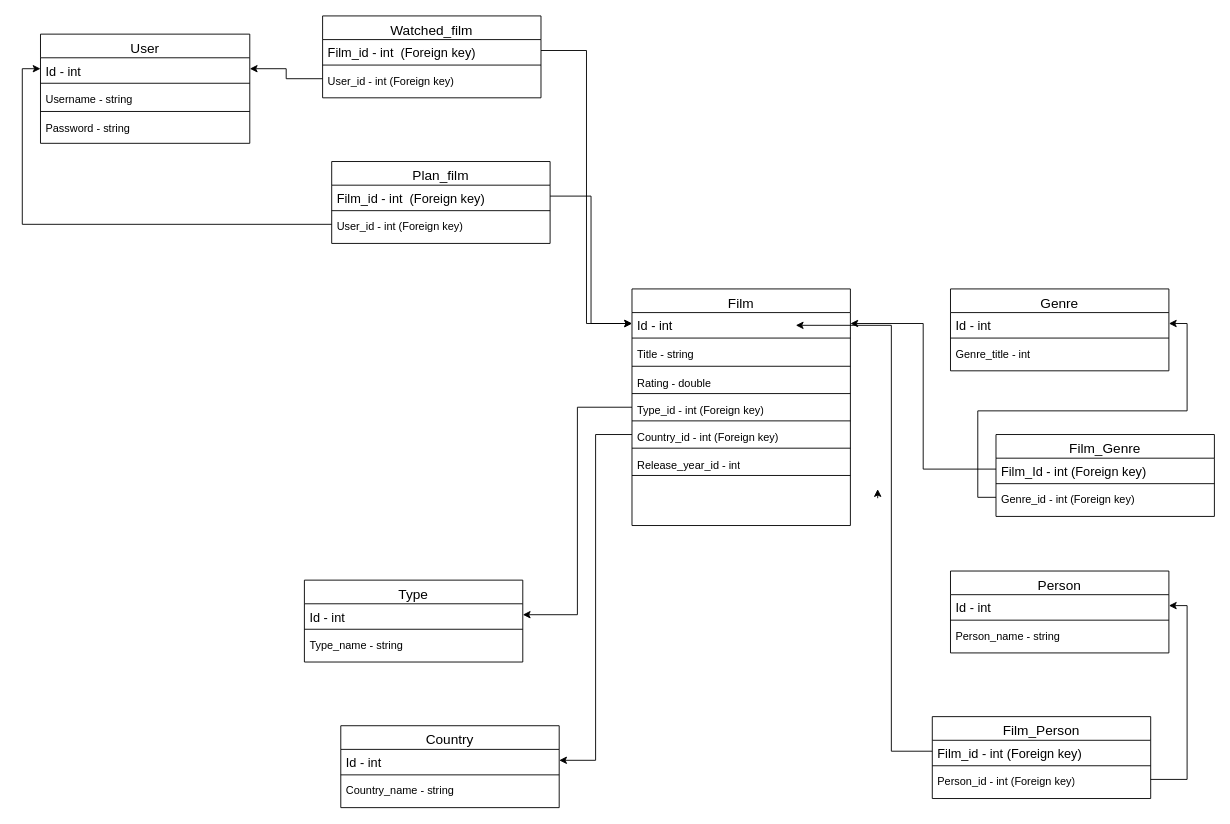
This is Схема_БД.drawio from EugenySobyanin/FilmGalaryAcademy, a draw.io file, before an edit. Source tidied: cells renumbered, new cells numbered last; positions are measured from the earlier drawing's top-left corner, leaving out a move shared by most shapes. Both pictures are drawn from the tidied source at 91%, with x=0, y=0 at pixel (40, 15).
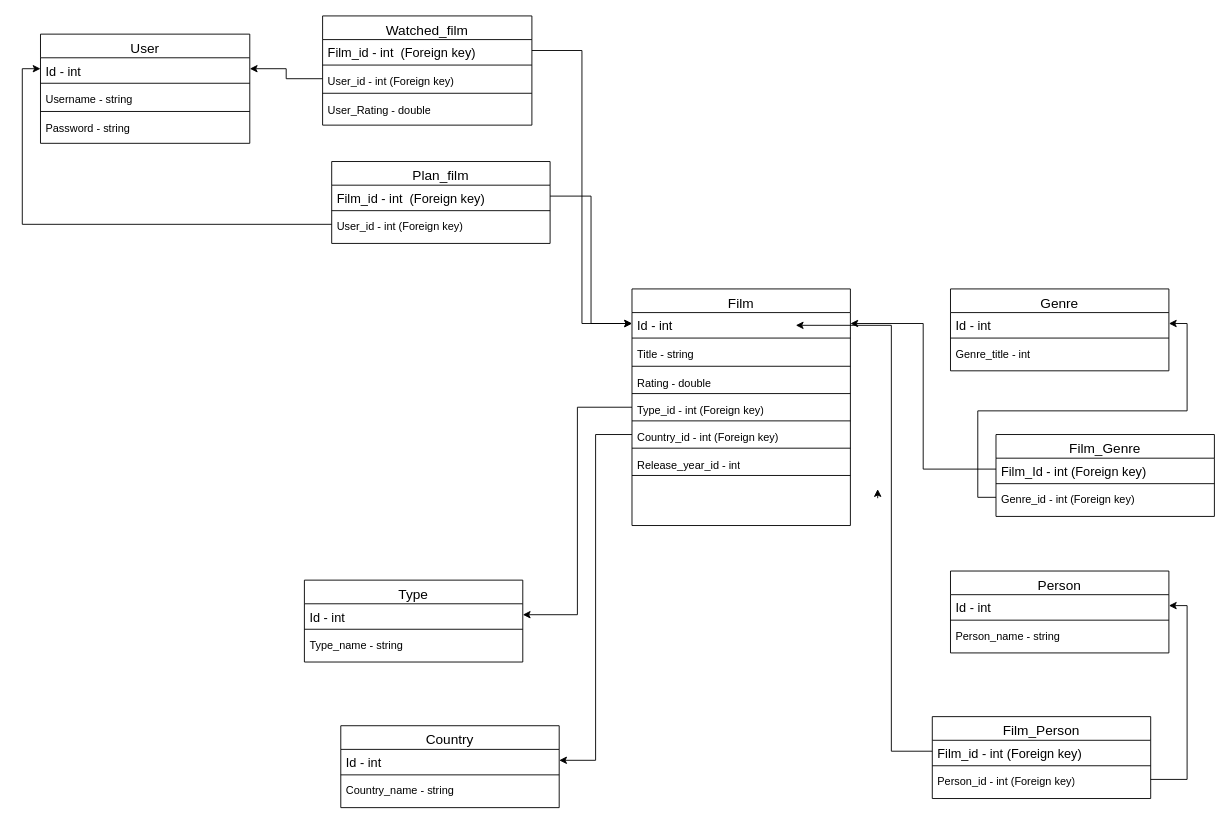
After the change.

What changed in the source:
```diff
@@
     <mxCell id="47" value="Watched_film" style="swimlane;fontStyle=0;align=center;verticalAlign=top;horizontal=1;startSize=26;rounded=0;shadow=0;strokeWidth=1;fontSize=15;" parent="1" vertex="1">
-      <mxGeometry x="310" width="240" height="90" as="geometry" />
+      <mxGeometry x="310" width="230" height="120" as="geometry" />
     </mxCell>
     <mxCell id="48" value="Film_id - int  (Foreign key)" style="text;align=left;verticalAlign=top;spacingLeft=4;spacingRight=4;overflow=hidden;points=[[0,0.5],[1,0.5]];portConstraint=eastwest;fontSize=14;" parent="47" vertex="1">
-      <mxGeometry y="26" width="240" height="24" as="geometry" />
+      <mxGeometry y="26" width="230" height="24" as="geometry" />
     </mxCell>
     <mxCell id="49" style="line;html=1;strokeWidth=1;align=left;verticalAlign=middle;spacingTop=-1;spacingLeft=3;spacingRight=3;labelPosition=right;" parent="47" vertex="1">
-      <mxGeometry y="50" width="240" height="8" as="geometry" />
+      <mxGeometry y="50" width="230" height="8" as="geometry" />
     </mxCell>
     <mxCell id="50" value="User_id - int (Foreign key)" style="text;strokeColor=none;fillColor=none;spacingLeft=4;spacingRight=4;overflow=hidden;points=[[0,0.5],[1,0.5]];portConstraint=eastwest;fontSize=12;whiteSpace=wrap;html=1;" parent="47" vertex="1">
-      <mxGeometry y="58" width="240" height="22" as="geometry" />
+      <mxGeometry y="58" width="230" height="22" as="geometry" />
     </mxCell>
+    <mxCell id="65" style="line;strokeWidth=1;dashed=0;labelPosition=right;align=left;verticalAlign=middle;spacingTop=0;spacingLeft=6;" parent="47" vertex="1">
+      <mxGeometry y="80" width="230" height="10" as="geometry" />
+    </mxCell>
+    <mxCell id="66" value="User_Rating - double" style="text;strokeColor=none;fillColor=none;spacingLeft=4;spacingRight=4;overflow=hidden;fontSize=12;whiteSpace=wrap;html=1;" parent="47" vertex="1">
+      <mxGeometry y="90" width="230" height="20" as="geometry" />
+    </mxCell>
```
